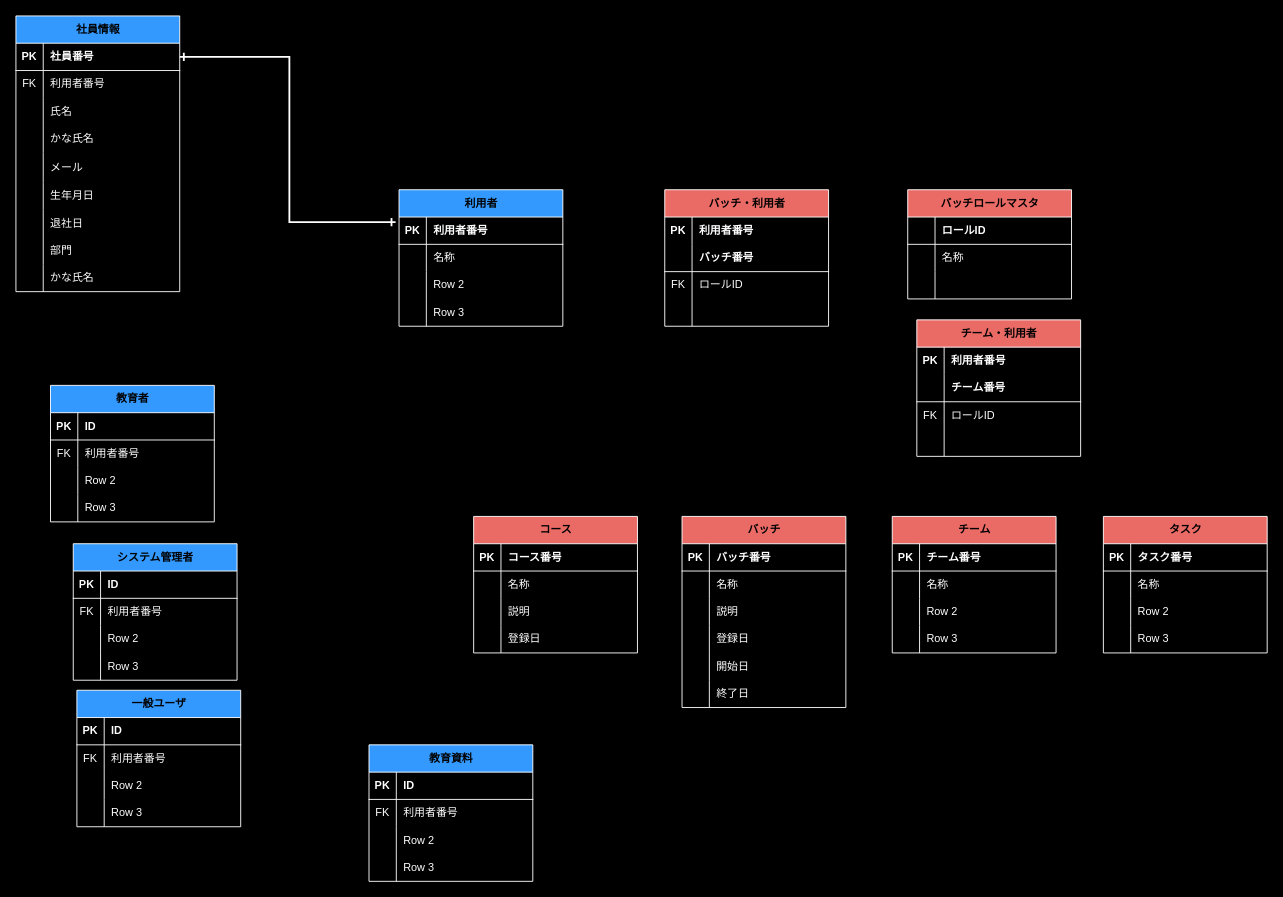
Above: [TMS]-erd.drawio in datltmvl/tms (draw.io), before the change. Source tidied: cells renumbered, new cells numbered last; positions are measured from the earlier drawing's top-left corner, leaving out a move shared by most shapes. Both pictures are drawn from the tidied source at 91%, with x=0, y=0 at pixel (15, 15).
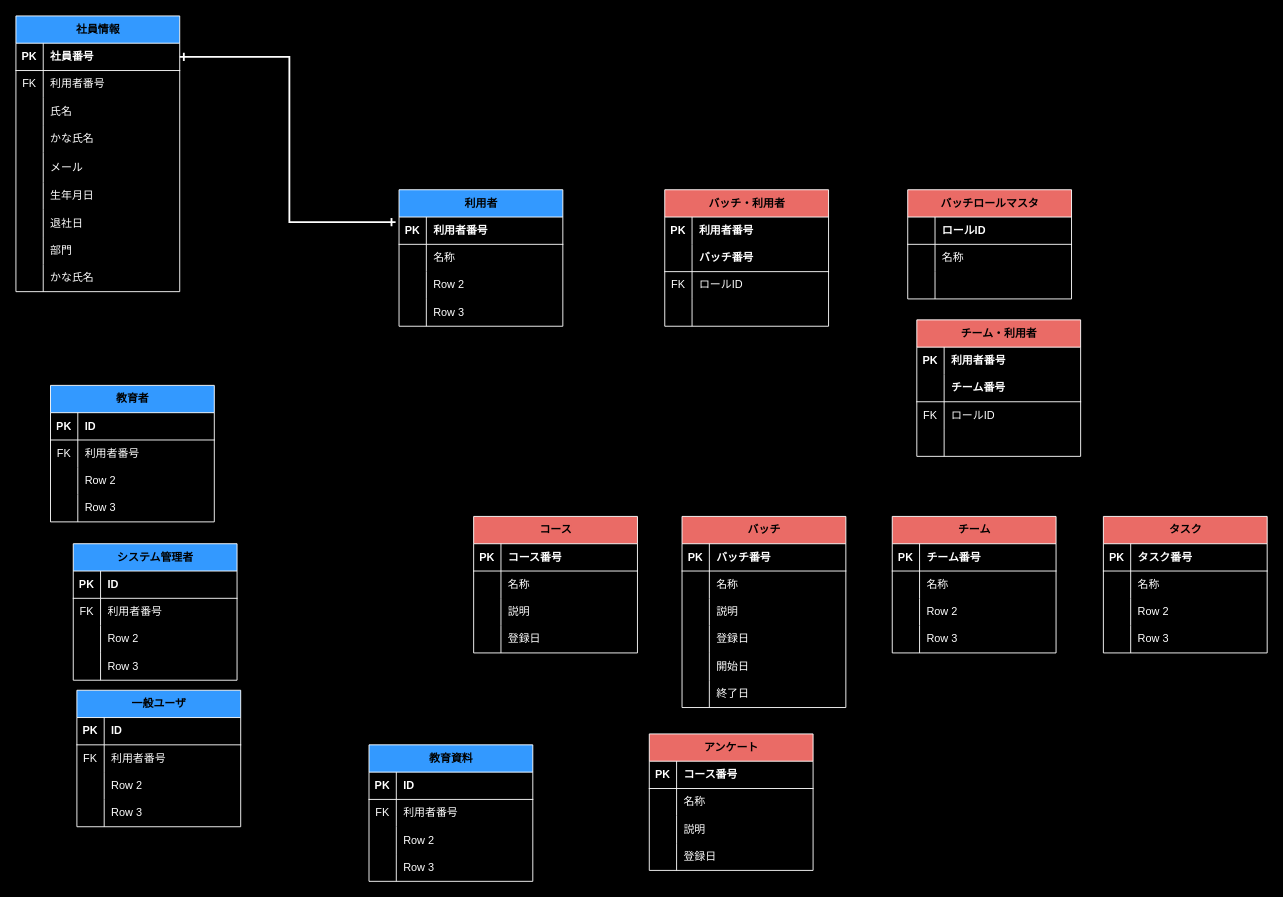
The same page after the edit.

Commit message:
Cập nhật [TMS]-erd.drawio

The edit, as a diff of the source:
```diff
@@
+    <mxCell id="190" value="&lt;font color=&quot;#000000&quot;&gt;&lt;span style=&quot;background-color: rgb(234, 107, 102);&quot;&gt;アンケート&lt;/span&gt;&lt;/font&gt;" style="shape=table;startSize=30;childLayout=tableLayout;rowLines=0;fontStyle=1;align=center;html=1;strokeColor=#ffffff;fillColor=#EA6B66;fontColor=#ffffff;" parent="1" vertex="1">
+      <mxGeometry x="696" y="789" width="180" height="150" as="geometry" />
+    </mxCell>
+    <mxCell id="191" style="shape=tableRow;horizontal=0;startSize=0;swimlaneHead=0;swimlaneBody=0;fillColor=none;top=0;left=0;right=0;bottom=1;strokeColor=#ffffff;fontColor=#ffffff;" parent="190" vertex="1">
+      <mxGeometry y="30" width="180" height="30" as="geometry" />
+    </mxCell>
+    <mxCell id="192" value="&lt;font color=&quot;#ffffff&quot;&gt;PK&lt;/font&gt;" style="shape=partialRectangle;fillColor=none;top=0;left=0;bottom=0;right=0;fontStyle=1;overflow=hidden;whiteSpace=wrap;html=1;" parent="191" vertex="1">
+      <mxGeometry width="30" height="30" as="geometry" />
+    </mxCell>
+    <mxCell id="193" value="コース番号&lt;span data-lucid-content=&quot;{&amp;quot;t&amp;quot;:&amp;quot;コースID&amp;quot;,&amp;quot;m&amp;quot;:[{&amp;quot;s&amp;quot;:0,&amp;quot;n&amp;quot;:&amp;quot;c&amp;quot;,&amp;quot;v&amp;quot;:&amp;quot;#333333ff&amp;quot;,&amp;quot;e&amp;quot;:5},{&amp;quot;s&amp;quot;:0,&amp;quot;n&amp;quot;:&amp;quot;fc&amp;quot;,&amp;quot;v&amp;quot;:&amp;quot;Oblique&amp;quot;,&amp;quot;e&amp;quot;:5},{&amp;quot;s&amp;quot;:0,&amp;quot;n&amp;quot;:&amp;quot;fid&amp;quot;,&amp;quot;v&amp;quot;:8,&amp;quot;e&amp;quot;:5},{&amp;quot;s&amp;quot;:0,&amp;quot;n&amp;quot;:&amp;quot;i&amp;quot;,&amp;quot;v&amp;quot;:true,&amp;quot;e&amp;quot;:5}]}&quot;&gt;&lt;/span&gt;" style="shape=partialRectangle;fillColor=none;top=0;left=0;bottom=0;right=0;align=left;spacingLeft=6;fontStyle=1;overflow=hidden;whiteSpace=wrap;html=1;fontColor=#ffffff;" parent="191" vertex="1">
+      <mxGeometry x="30" width="150" height="30" as="geometry" />
+    </mxCell>
+    <mxCell id="194" style="shape=tableRow;horizontal=0;startSize=0;swimlaneHead=0;swimlaneBody=0;fillColor=none;top=0;left=0;right=0;bottom=0;" parent="190" vertex="1">
+      <mxGeometry y="60" width="180" height="30" as="geometry" />
+    </mxCell>
+    <mxCell id="195" style="shape=partialRectangle;fillColor=none;top=0;left=0;bottom=0;right=0;overflow=hidden;whiteSpace=wrap;html=1;" parent="194" vertex="1">
+      <mxGeometry width="30" height="30" as="geometry" />
+    </mxCell>
+    <mxCell id="196" value="名称" style="shape=partialRectangle;fillColor=none;top=0;left=0;bottom=0;right=0;align=left;spacingLeft=6;overflow=hidden;whiteSpace=wrap;html=1;fontColor=#ffffff;" parent="194" vertex="1">
+      <mxGeometry x="30" width="150" height="30" as="geometry" />
+    </mxCell>
+    <mxCell id="197" style="shape=tableRow;horizontal=0;startSize=0;swimlaneHead=0;swimlaneBody=0;fillColor=none;top=0;left=0;right=0;bottom=0;" parent="190" vertex="1">
+      <mxGeometry y="90" width="180" height="30" as="geometry" />
+    </mxCell>
+    <mxCell id="198" style="shape=partialRectangle;fillColor=none;top=0;left=0;bottom=0;right=0;overflow=hidden;whiteSpace=wrap;html=1;" parent="197" vertex="1">
+      <mxGeometry width="30" height="30" as="geometry" />
+    </mxCell>
+    <mxCell id="199" value="説明" style="shape=partialRectangle;fillColor=none;top=0;left=0;bottom=0;right=0;align=left;spacingLeft=6;overflow=hidden;whiteSpace=wrap;html=1;fontColor=#ffffff;" parent="197" vertex="1">
+      <mxGeometry x="30" width="150" height="30" as="geometry" />
+    </mxCell>
+    <mxCell id="200" style="shape=tableRow;horizontal=0;startSize=0;swimlaneHead=0;swimlaneBody=0;fillColor=none;top=0;left=0;right=0;bottom=0;" parent="190" vertex="1">
+      <mxGeometry y="120" width="180" height="30" as="geometry" />
+    </mxCell>
+    <mxCell id="201" style="shape=partialRectangle;fillColor=none;top=0;left=0;bottom=0;right=0;overflow=hidden;whiteSpace=wrap;html=1;fontColor=#ffffff;" parent="200" vertex="1">
+      <mxGeometry width="30" height="30" as="geometry" />
+    </mxCell>
+    <mxCell id="202" value="登録日" style="shape=partialRectangle;fillColor=none;top=0;left=0;bottom=0;right=0;align=left;spacingLeft=6;overflow=hidden;whiteSpace=wrap;html=1;fontColor=#ffffff;" parent="200" vertex="1">
+      <mxGeometry x="30" width="150" height="30" as="geometry" />
+    </mxCell>
```
